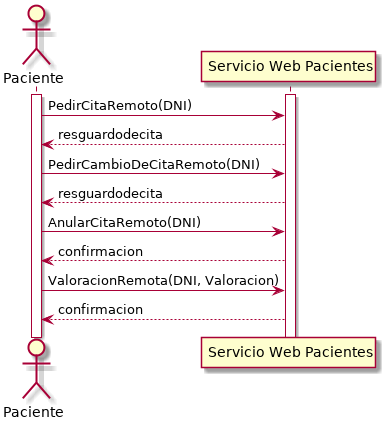
Earlier version of the PlantUML export P3/ServicioWebPacientes.png (Ludvins/DGIIM_FIS).
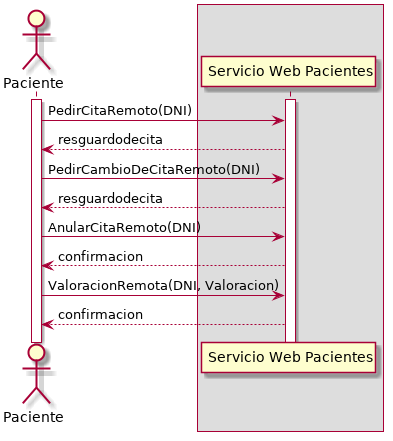
The same file after the commit.

The edit, as a diff of the source:
```diff
@@ -3,7 +3,10 @@
 
 
 actor Paciente as P
+
+box
 participant "Servicio Web Pacientes" as SW
+end box
 
 activate P
 activate SW
```
